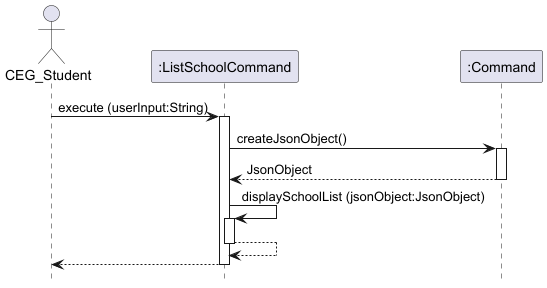
nus-cs2113-AY2425S1/tp keeps this PlantUML diagram as uml-images/ListSchoolsCommand.png. Above is the earlier version.
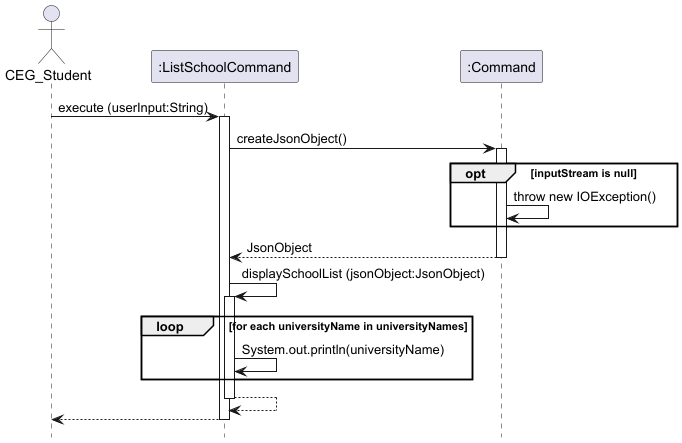
The same file after the commit.

Commit message:
Update diagram onto DG

What changed in the source:
```diff
@@ -1,4 +1,5 @@
 @startuml
+
 hide footbox
 
 actor CEG_Student
@@ -11,11 +12,19 @@
 ListSchoolCommand -> Command: createJsonObject()
 activate Command
 
+opt inputStream is null
+    Command -> Command: throw new IOException()
+end
+
 Command --> ListSchoolCommand: JsonObject
 deactivate Command
 
 ListSchoolCommand -> ListSchoolCommand: displaySchoolList (jsonObject:JsonObject)
 activate ListSchoolCommand
+
+loop for each universityName in universityNames
+    ListSchoolCommand -> ListSchoolCommand: System.out.println(universityName)
+end
 
 ListSchoolCommand --> ListSchoolCommand
 deactivate ListSchoolCommand
```
